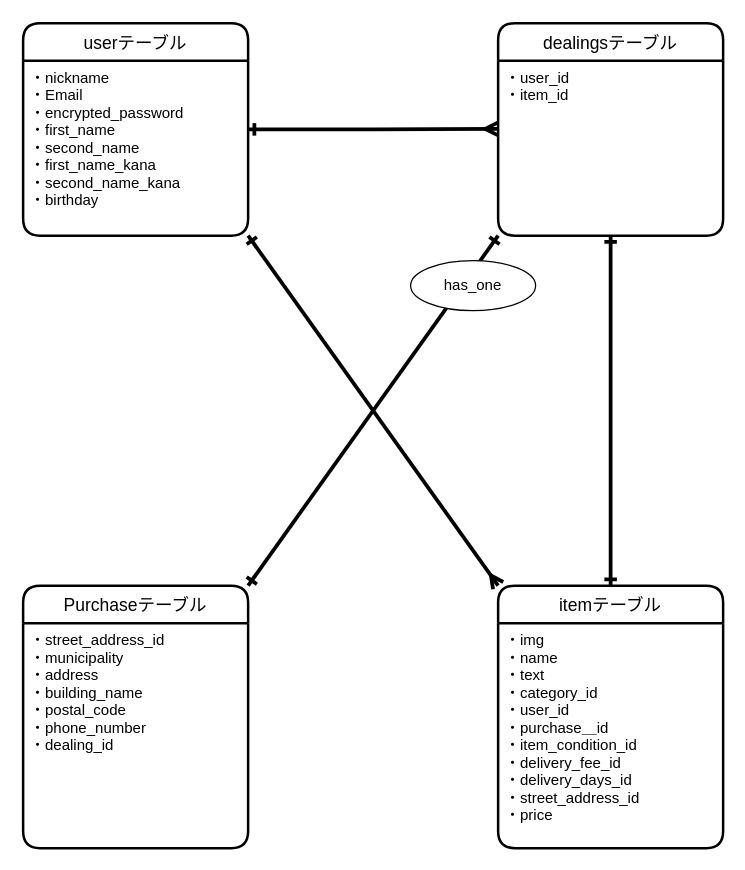
The draw.io diagram app/controllers/test.dio in fisher1031/furima-34833, before the edit. Source tidied: cells renumbered, new cells numbered last; positions are measured from the earlier drawing's top-left corner, leaving out a move shared by most shapes. Both pictures are drawn from the tidied source at 125%, with x=0, y=0 at pixel (22, 22).
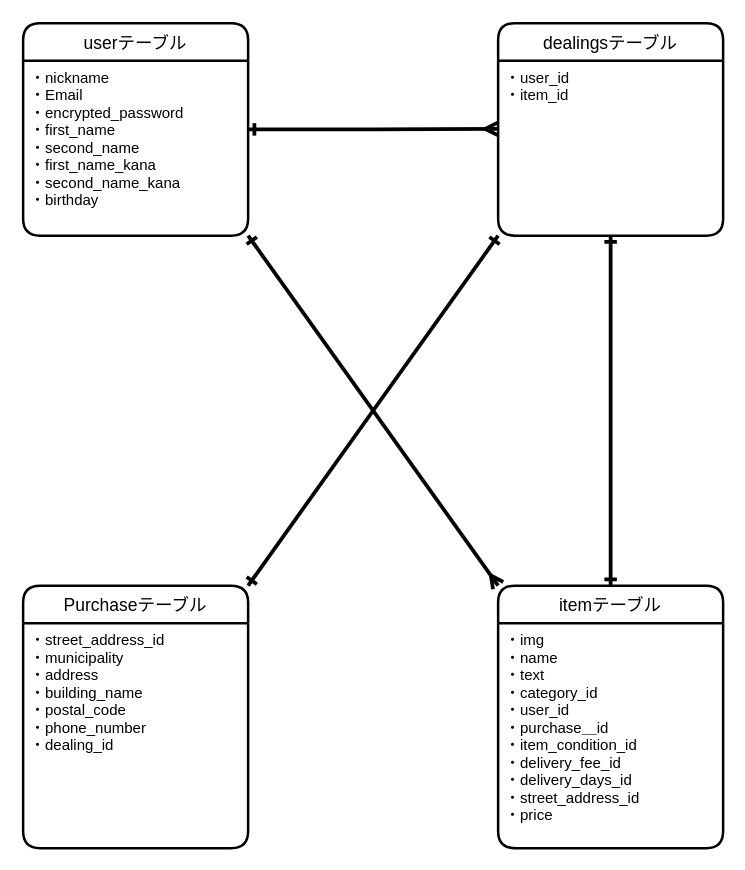
Above is the later version.

Diff of the diagram source:
```diff
@@
 <mxGraphModel>
   <root>
     <mxCell id="0" />
     <mxCell id="1" parent="0" />
     <mxCell id="2" value="itemテーブル" style="swimlane;horizontal=1;startSize=30;rounded=1;fontSize=14;fontStyle=0;strokeWidth=2;shadow=0;dashed=0;align=center;" parent="1" vertex="1">
       <mxGeometry x="380" y="450" width="180" height="210" as="geometry" />
     </mxCell>
     <mxCell id="3" value="・img&#10;・name&#10;・text&#10;・category_id&#10;・user_id&#10;・purchase＿id&#10;・item_condition_id&#10;・delivery_fee_id&#10;・delivery_days_id&#10;・street_address_id&#10;・price" style="align=left;strokeColor=none;fillColor=none;spacingLeft=4;fontSize=12;verticalAlign=top;" parent="2" vertex="1">
       <mxGeometry y="30" width="180" height="180" as="geometry" />
     </mxCell>
     <mxCell id="4" style="rounded=0;jettySize=auto;html=1;exitX=1;exitY=0;exitDx=0;exitDy=0;entryX=0;entryY=1;entryDx=0;entryDy=0;startArrow=ERone;startFill=0;endArrow=ERone;endFill=0;strokeWidth=3;" parent="1" edge="1" source="5" target="8">
       <mxGeometry relative="1" as="geometry" />
     </mxCell>
     <mxCell id="5" value="Purchaseテーブル" style="swimlane;horizontal=1;startSize=30;rounded=1;fontSize=14;fontStyle=0;strokeWidth=2;shadow=0;dashed=0;align=center;" parent="1" vertex="1">
       <mxGeometry y="450" width="180" height="210" as="geometry" />
     </mxCell>
     <mxCell id="6" value="・street_address_id&#10;・municipality&#10;・address&#10;・building_name&#10;・postal_code &#10;・phone_number &#10;・dealing_id" style="align=left;strokeColor=none;fillColor=none;spacingLeft=4;fontSize=12;verticalAlign=top;" parent="5" vertex="1">
       <mxGeometry y="30" width="180" height="180" as="geometry" />
     </mxCell>
     <mxCell id="7" value="dealingsテーブル" style="swimlane;horizontal=1;startSize=30;rounded=1;fontSize=14;fontStyle=0;strokeWidth=2;shadow=0;dashed=0;align=center;" parent="1" vertex="1">
       <mxGeometry x="380" width="180" height="170" as="geometry" />
     </mxCell>
     <mxCell id="8" value="・user_id&#10;・item_id" style="align=left;strokeColor=none;fillColor=none;spacingLeft=4;fontSize=12;verticalAlign=top;" parent="7" vertex="1">
       <mxGeometry y="30" width="180" height="140" as="geometry" />
     </mxCell>
     <mxCell id="9" style="edgeStyle=orthogonalEdgeStyle;rounded=0;jettySize=auto;html=1;entryX=-0.002;entryY=0.39;entryDx=0;entryDy=0;entryPerimeter=0;strokeWidth=3;endArrow=ERmany;endFill=0;startArrow=ERone;startFill=0;" parent="1" edge="1" source="10" target="8">
       <mxGeometry relative="1" as="geometry" />
     </mxCell>
     <mxCell id="10" value="userテーブル" style="swimlane;horizontal=1;startSize=30;rounded=1;fontSize=14;fontStyle=0;strokeWidth=2;shadow=0;dashed=0;align=center;" parent="1" vertex="1">
       <mxGeometry width="180" height="170" as="geometry" />
     </mxCell>
     <mxCell id="11" value="・nickname&#10;・Email&#10;・encrypted_password&#10;・first_name&#10;・second_name&#10;・first_name_kana&#10;・second_name_kana&#10;・birthday" style="align=left;strokeColor=none;fillColor=none;spacingLeft=4;fontSize=12;verticalAlign=top;" parent="10" vertex="1">
       <mxGeometry y="30" width="180" height="140" as="geometry" />
     </mxCell>
     <mxCell id="12" style="rounded=0;jettySize=auto;html=1;exitX=1;exitY=1;exitDx=0;exitDy=0;entryX=0;entryY=0;entryDx=0;entryDy=0;startArrow=ERone;startFill=0;endArrow=ERmany;endFill=0;strokeWidth=3;" parent="1" edge="1" source="11" target="2">
       <mxGeometry relative="1" as="geometry" />
     </mxCell>
     <mxCell id="13" style="edgeStyle=elbowEdgeStyle;rounded=0;jettySize=auto;html=1;entryX=0.5;entryY=0;entryDx=0;entryDy=0;startArrow=ERone;startFill=0;endArrow=ERone;endFill=0;strokeWidth=3;" parent="1" edge="1" source="8" target="2">
       <mxGeometry relative="1" as="geometry" />
     </mxCell>
-    <mxCell id="14" value="has_one" style="ellipse;whiteSpace=wrap;html=1;align=center;" parent="1" vertex="1">
-      <mxGeometry x="310" y="190" width="100" height="40" as="geometry" />
-    </mxCell>
   </root>
 </mxGraphModel>
```
